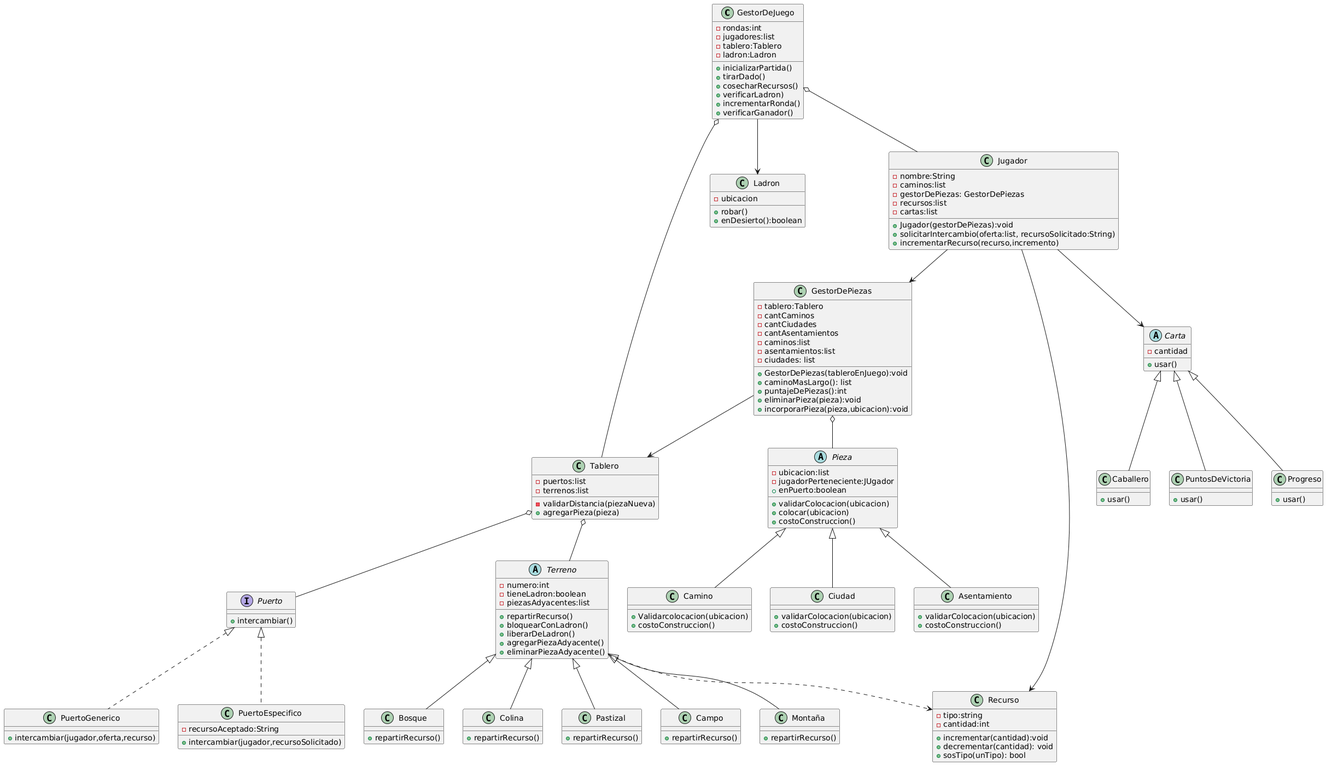
Earlier version of the PlantUML export diagramas/diagrama_clases.png (Daiana-Aldrey/g02-tp2-2c-2025).
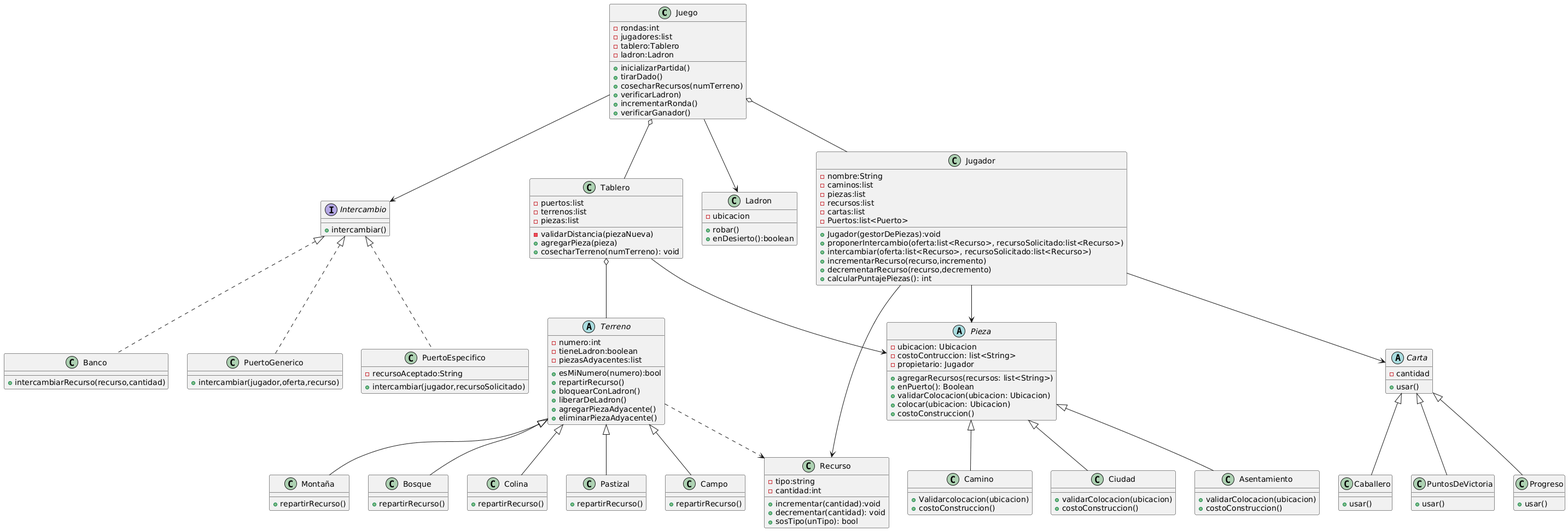
After the change.

Commit message:
diagrama de clases actualizado

Diff of the diagram source:
```diff
@@ -1,12 +1,12 @@
 @startuml
-class GestorDeJuego{
+class Juego{
 -rondas:int
 -jugadores:list
 -tablero:Tablero
 -ladron:Ladron
 +inicializarPartida()
 +tirarDado()
-+cosecharRecursos()
++cosecharRecursos(numTerreno)
 +verificarLadron)
 +incrementarRonda()
 +verificarGanador()
@@ -15,12 +15,19 @@
 class Tablero{
 -puertos:list
 -terrenos:list
+-piezas:list
 -validarDistancia(piezaNueva)
 +agregarPieza(pieza)
++cosecharTerreno(numTerreno): void
 }
 
-Interface Puerto{
+
+Interface Intercambio{
 +intercambiar()
+}
+
+class Banco {
++intercambiarRecurso(recurso,cantidad)
 }
 
 class PuertoGenerico{
@@ -41,35 +48,26 @@
 class Jugador{
 -nombre:String
 -caminos:list
--gestorDePiezas: GestorDePiezas
+-piezas:list
 -recursos:list
 -cartas:list
+-Puertos:list<Puerto>
 +Jugador(gestorDePiezas):void
-+solicitarIntercambio(oferta:list, recursoSolicitado:String)
++proponerIntercambio(oferta:list<Recurso>, recursoSolicitado:list<Recurso>)
++intercambiar(oferta:list<Recurso>, recursoSolicitado:list<Recurso>)
 +incrementarRecurso(recurso,incremento)
++decrementarRecurso(recurso,decremento)
++calcularPuntajePiezas(): int
 }
 
-class GestorDePiezas{
--tablero:Tablero
--cantCaminos
--cantCiudades
--cantAsentamientos
--caminos:list
--asentamientos:list
--ciudades: list
-+GestorDePiezas(tableroEnJuego):void
-+caminoMasLargo(): list
-+puntajeDePiezas():int
-+eliminarPieza(pieza):void
-+incorporarPieza(pieza,ubicacion):void
-}
-
-Abstract class Pieza{
--ubicacion:list
--jugadorPerteneciente:JUgador
-+enPuerto:boolean
-+validarColocacion(ubicacion)
-+colocar(ubicacion)
+Abstract class Pieza {
+-ubicacion: Ubicacion
+-costoContruccion: list<String>
+-propietario: Jugador
++agregarRecursos(recursos: list<String>)
++enPuerto(): Boolean
++validarColocacion(ubicacion: Ubicacion)
++colocar(ubicacion: Ubicacion)
 +costoConstruccion()
 }
 
@@ -100,6 +98,7 @@
 -numero:int
 -tieneLadron:boolean
 -piezasAdyacentes:list
++esMiNumero(numero):bool
 +repartirRecurso()
 +bloquearConLadron()
 +liberarDeLadron()
@@ -145,27 +144,28 @@
 +usar()
 }
 
+
 Carta <|-- Caballero
 Carta <|-- PuntosDeVictoria
 Carta <|-- Progreso
-GestorDeJuego o-- Tablero
-GestorDeJuego o-- Jugador
-GestorDeJuego --> Ladron
-Puerto <|.. PuertoEspecifico
-Puerto <|.. PuertoGenerico
-Tablero o-- Puerto
+Juego o-- Tablero
+Juego o-- Jugador
+Juego --> Ladron
+Intercambio <|.. Banco
+Intercambio <|.. PuertoEspecifico
+Intercambio <|.. PuertoGenerico
+Juego --> Intercambio
 Tablero o-- Terreno
+Tablero --> Pieza
 Terreno <|-- Bosque
 Terreno <|-- Pastizal
 Terreno <|-- Campo
 Terreno <|-- Montaña
 Terreno <|-- Colina
 Terreno ..> Recurso
+Jugador --> Pieza
 Jugador --> Recurso
-Jugador --> GestorDePiezas
 Jugador --> Carta
-GestorDePiezas --> Tablero
-GestorDePiezas o-- Pieza
 Pieza <|-- Camino
 Pieza <|-- Asentamiento
 Pieza <|-- Ciudad
```
